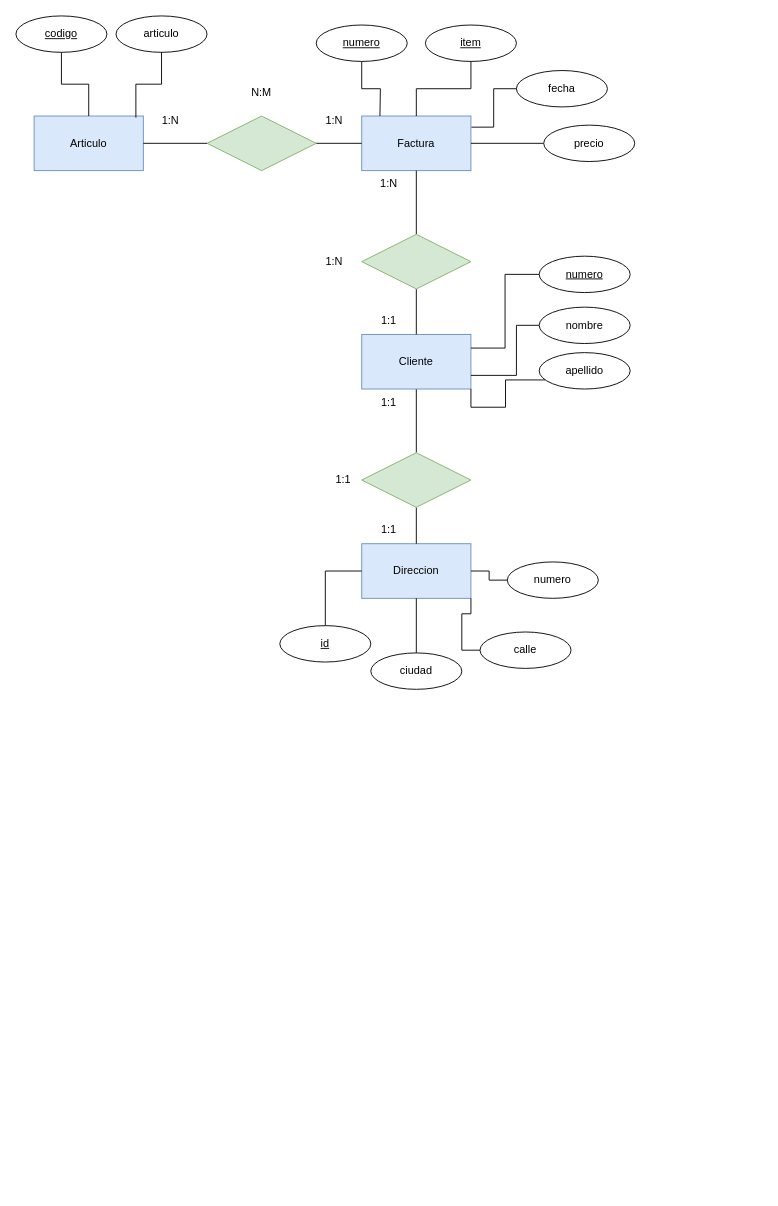
OxideVanadium/base_de_datos keeps this draw.io diagram as Unidad_4/Tareas/facturas/facturas.drawio. Above is the earlier version. Source tidied: cells renumbered, new cells numbered last; positions are measured from the earlier drawing's top-left corner, leaving out a move shared by most shapes. Both pictures are drawn from the tidied source at 91%, with x=0, y=0 at pixel (15, 15).
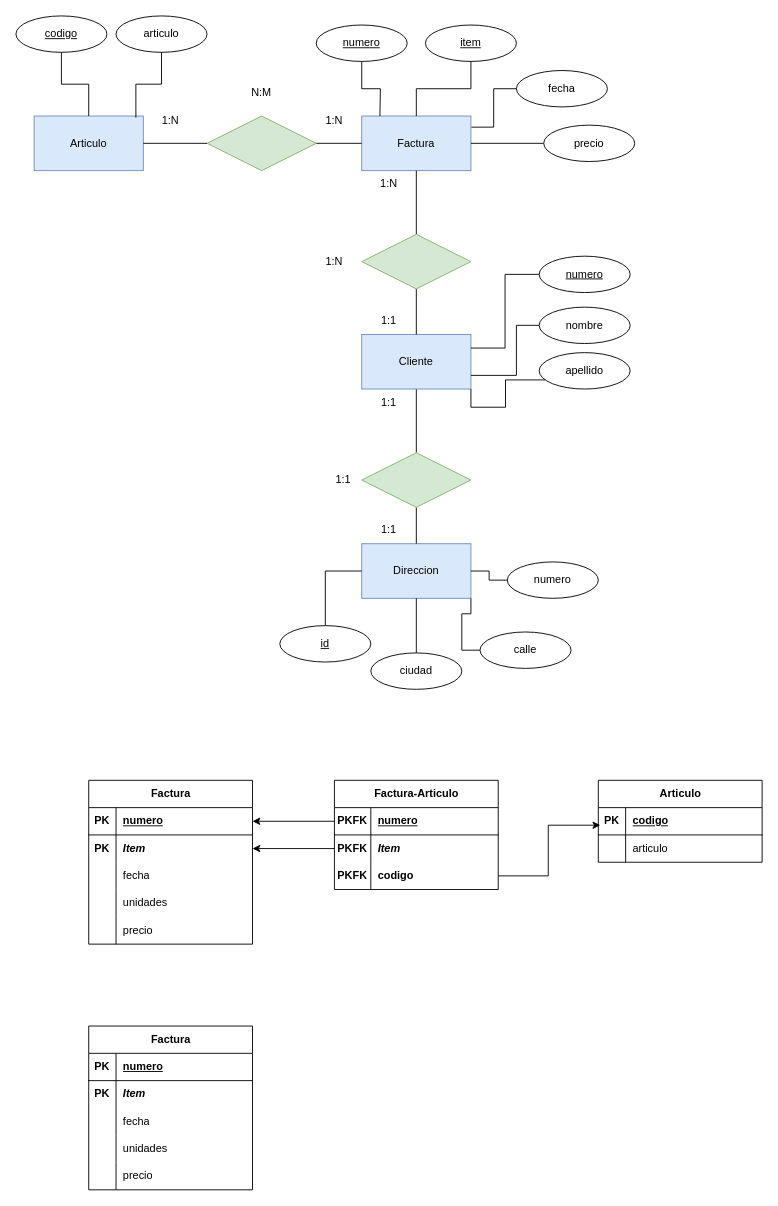
After the change.

Diff of the diagram source:
```diff
@@
+    <mxCell id="50" value="Factura" style="shape=table;startSize=30;childLayout=tableLayout;rowLines=0;fontStyle=1;align=center;html=1;" parent="1" vertex="1">
+      <mxGeometry x="80" y="840" width="180" height="180" as="geometry" />
+    </mxCell>
+    <mxCell id="51" style="shape=tableRow;horizontal=0;startSize=0;swimlaneHead=0;swimlaneBody=0;fillColor=none;points=[[0,0.5],[1,0.5]];portConstraint=eastwest;top=0;left=0;right=0;bottom=1;" parent="50" vertex="1">
+      <mxGeometry y="30" width="180" height="30" as="geometry" />
+    </mxCell>
+    <mxCell id="52" value="PK" style="shape=partialRectangle;fillColor=none;top=0;left=0;bottom=0;right=0;fontStyle=1;overflow=hidden;whiteSpace=wrap;html=1;" parent="51" vertex="1">
+      <mxGeometry width="30" height="30" as="geometry" />
+    </mxCell>
+    <mxCell id="53" value="numero" style="shape=partialRectangle;fillColor=none;top=0;left=0;bottom=0;right=0;align=left;spacingLeft=6;fontStyle=5;overflow=hidden;whiteSpace=wrap;html=1;" parent="51" vertex="1">
+      <mxGeometry x="30" width="150" height="30" as="geometry" />
+    </mxCell>
+    <mxCell id="54" style="shape=tableRow;horizontal=0;startSize=0;swimlaneHead=0;swimlaneBody=0;fillColor=none;points=[[0,0.5],[1,0.5]];portConstraint=eastwest;top=0;left=0;right=0;bottom=0;" parent="50" vertex="1">
+      <mxGeometry y="60" width="180" height="30" as="geometry" />
+    </mxCell>
+    <mxCell id="55" value="&lt;b&gt;PK&lt;/b&gt;" style="shape=partialRectangle;fillColor=none;top=0;left=0;bottom=0;right=0;overflow=hidden;whiteSpace=wrap;html=1;" parent="54" vertex="1">
+      <mxGeometry width="30" height="30" as="geometry" />
+    </mxCell>
+    <mxCell id="56" value="&lt;i&gt;&lt;b&gt;Item&lt;/b&gt;&lt;/i&gt;" style="shape=partialRectangle;fillColor=none;top=0;left=0;bottom=0;right=0;align=left;spacingLeft=6;overflow=hidden;whiteSpace=wrap;html=1;" parent="54" vertex="1">
+      <mxGeometry x="30" width="150" height="30" as="geometry" />
+    </mxCell>
+    <mxCell id="57" style="shape=tableRow;horizontal=0;startSize=0;swimlaneHead=0;swimlaneBody=0;fillColor=none;top=0;left=0;right=0;bottom=0;" parent="50" vertex="1">
+      <mxGeometry y="90" width="180" height="30" as="geometry" />
+    </mxCell>
+    <mxCell id="58" style="shape=partialRectangle;fillColor=none;top=0;left=0;bottom=0;right=0;overflow=hidden;whiteSpace=wrap;html=1;" parent="57" vertex="1">
+      <mxGeometry width="30" height="30" as="geometry" />
+    </mxCell>
+    <mxCell id="59" value="fecha" style="shape=partialRectangle;fillColor=none;top=0;left=0;bottom=0;right=0;align=left;spacingLeft=6;overflow=hidden;whiteSpace=wrap;html=1;" parent="57" vertex="1">
+      <mxGeometry x="30" width="150" height="30" as="geometry" />
+    </mxCell>
+    <mxCell id="60" style="shape=tableRow;horizontal=0;startSize=0;swimlaneHead=0;swimlaneBody=0;fillColor=none;top=0;left=0;right=0;bottom=0;" parent="50" vertex="1">
+      <mxGeometry y="120" width="180" height="30" as="geometry" />
+    </mxCell>
+    <mxCell id="61" style="shape=partialRectangle;fillColor=none;top=0;left=0;bottom=0;right=0;overflow=hidden;whiteSpace=wrap;html=1;" parent="60" vertex="1">
+      <mxGeometry width="30" height="30" as="geometry" />
+    </mxCell>
+    <mxCell id="62" value="&lt;div&gt;unidades&lt;/div&gt;" style="shape=partialRectangle;fillColor=none;top=0;left=0;bottom=0;right=0;align=left;spacingLeft=6;overflow=hidden;whiteSpace=wrap;html=1;" parent="60" vertex="1">
+      <mxGeometry x="30" width="150" height="30" as="geometry" />
+    </mxCell>
+    <mxCell id="63" style="shape=tableRow;horizontal=0;startSize=0;swimlaneHead=0;swimlaneBody=0;fillColor=none;top=0;left=0;right=0;bottom=0;" parent="50" vertex="1">
+      <mxGeometry y="150" width="180" height="30" as="geometry" />
+    </mxCell>
+    <mxCell id="64" style="shape=partialRectangle;fillColor=none;top=0;left=0;bottom=0;right=0;overflow=hidden;whiteSpace=wrap;html=1;" parent="63" vertex="1">
+      <mxGeometry width="30" height="30" as="geometry" />
+    </mxCell>
+    <mxCell id="65" value="precio" style="shape=partialRectangle;fillColor=none;top=0;left=0;bottom=0;right=0;align=left;spacingLeft=6;overflow=hidden;whiteSpace=wrap;html=1;" parent="63" vertex="1">
+      <mxGeometry x="30" width="150" height="30" as="geometry" />
+    </mxCell>
+    <mxCell id="66" value="Articulo" style="shape=table;startSize=30;childLayout=tableLayout;rowLines=0;fontStyle=1;align=center;html=1;" parent="1" vertex="1">
+      <mxGeometry x="640" y="840" width="180" height="90" as="geometry" />
+    </mxCell>
+    <mxCell id="67" style="shape=tableRow;horizontal=0;startSize=0;swimlaneHead=0;swimlaneBody=0;fillColor=none;points=[[0,0.5],[1,0.5]];portConstraint=eastwest;top=0;left=0;right=0;bottom=1;" parent="66" vertex="1">
+      <mxGeometry y="30" width="180" height="30" as="geometry" />
+    </mxCell>
+    <mxCell id="68" value="PK" style="shape=partialRectangle;fillColor=none;top=0;left=0;bottom=0;right=0;fontStyle=1;overflow=hidden;whiteSpace=wrap;html=1;" parent="67" vertex="1">
+      <mxGeometry width="30" height="30" as="geometry" />
+    </mxCell>
+    <mxCell id="69" value="codigo" style="shape=partialRectangle;fillColor=none;top=0;left=0;bottom=0;right=0;align=left;spacingLeft=6;fontStyle=5;overflow=hidden;whiteSpace=wrap;html=1;" parent="67" vertex="1">
+      <mxGeometry x="30" width="150" height="30" as="geometry" />
+    </mxCell>
+    <mxCell id="70" style="shape=tableRow;horizontal=0;startSize=0;swimlaneHead=0;swimlaneBody=0;fillColor=none;top=0;left=0;right=0;bottom=0;" parent="66" vertex="1">
+      <mxGeometry y="60" width="180" height="30" as="geometry" />
+    </mxCell>
+    <mxCell id="71" style="shape=partialRectangle;fillColor=none;top=0;left=0;bottom=0;right=0;overflow=hidden;whiteSpace=wrap;html=1;" parent="70" vertex="1">
+      <mxGeometry width="30" height="30" as="geometry" />
+    </mxCell>
+    <mxCell id="72" value="articulo" style="shape=partialRectangle;fillColor=none;top=0;left=0;bottom=0;right=0;align=left;spacingLeft=6;overflow=hidden;whiteSpace=wrap;html=1;" parent="70" vertex="1">
+      <mxGeometry x="30" width="150" height="30" as="geometry" />
+    </mxCell>
+    <mxCell id="73" value="Factura-Articulo" style="shape=table;startSize=30;childLayout=tableLayout;rowLines=0;fontStyle=1;align=center;html=1;" parent="1" vertex="1">
+      <mxGeometry x="350" y="840" width="180" height="120" as="geometry" />
+    </mxCell>
+    <mxCell id="74" style="shape=tableRow;horizontal=0;startSize=0;swimlaneHead=0;swimlaneBody=0;fillColor=none;points=[[0,0.5],[1,0.5]];portConstraint=eastwest;top=0;left=0;right=0;bottom=1;" parent="73" vertex="1">
+      <mxGeometry y="30" width="180" height="30" as="geometry" />
+    </mxCell>
+    <mxCell id="75" value="PKFK" style="shape=partialRectangle;fillColor=none;top=0;left=0;bottom=0;right=0;fontStyle=1;overflow=hidden;whiteSpace=wrap;html=1;" parent="74" vertex="1">
+      <mxGeometry width="40" height="30" as="geometry" />
+    </mxCell>
+    <mxCell id="76" value="numero" style="shape=partialRectangle;fillColor=none;top=0;left=0;bottom=0;right=0;align=left;spacingLeft=6;fontStyle=5;overflow=hidden;whiteSpace=wrap;html=1;" parent="74" vertex="1">
+      <mxGeometry x="40" width="140" height="30" as="geometry" />
+    </mxCell>
+    <mxCell id="77" style="shape=tableRow;horizontal=0;startSize=0;swimlaneHead=0;swimlaneBody=0;fillColor=none;points=[[0,0.5],[1,0.5]];portConstraint=eastwest;top=0;left=0;right=0;bottom=0;" parent="73" vertex="1">
+      <mxGeometry y="60" width="180" height="30" as="geometry" />
+    </mxCell>
+    <mxCell id="78" value="&lt;b&gt;PKFK&lt;/b&gt;" style="shape=partialRectangle;fillColor=none;top=0;left=0;bottom=0;right=0;overflow=hidden;whiteSpace=wrap;html=1;" parent="77" vertex="1">
+      <mxGeometry width="40" height="30" as="geometry" />
+    </mxCell>
+    <mxCell id="79" value="&lt;i&gt;&lt;b&gt;Item&lt;/b&gt;&lt;/i&gt;" style="shape=partialRectangle;fillColor=none;top=0;left=0;bottom=0;right=0;align=left;spacingLeft=6;overflow=hidden;whiteSpace=wrap;html=1;" parent="77" vertex="1">
+      <mxGeometry x="40" width="140" height="30" as="geometry" />
+    </mxCell>
+    <mxCell id="80" style="shape=tableRow;horizontal=0;startSize=0;swimlaneHead=0;swimlaneBody=0;fillColor=none;points=[[0,0.5],[1,0.5]];portConstraint=eastwest;top=0;left=0;right=0;bottom=0;" parent="73" vertex="1">
+      <mxGeometry y="90" width="180" height="30" as="geometry" />
+    </mxCell>
+    <mxCell id="81" value="&lt;b&gt;PKFK&lt;/b&gt;" style="shape=partialRectangle;fillColor=none;top=0;left=0;bottom=0;right=0;overflow=hidden;whiteSpace=wrap;html=1;" parent="80" vertex="1">
+      <mxGeometry width="40" height="30" as="geometry" />
+    </mxCell>
+    <mxCell id="82" value="&lt;b&gt;codigo&lt;/b&gt;" style="shape=partialRectangle;fillColor=none;top=0;left=0;bottom=0;right=0;align=left;spacingLeft=6;overflow=hidden;whiteSpace=wrap;html=1;" parent="80" vertex="1">
+      <mxGeometry x="40" width="140" height="30" as="geometry" />
+    </mxCell>
+    <mxCell id="83" style="edgeStyle=orthogonalEdgeStyle;rounded=0;jettySize=auto;html=1;" parent="1" edge="1" source="74" target="51">
+      <mxGeometry relative="1" as="geometry" />
+    </mxCell>
+    <mxCell id="84" style="edgeStyle=orthogonalEdgeStyle;rounded=0;jettySize=auto;html=1;" parent="1" edge="1" source="77" target="54">
+      <mxGeometry relative="1" as="geometry" />
+    </mxCell>
+    <mxCell id="85" style="edgeStyle=orthogonalEdgeStyle;rounded=0;jettySize=auto;html=1;entryX=0.012;entryY=0.644;entryDx=0;entryDy=0;entryPerimeter=0;" parent="1" edge="1" source="80" target="67">
+      <mxGeometry relative="1" as="geometry" />
+    </mxCell>
+    <mxCell id="86" value="Factura" style="shape=table;startSize=30;childLayout=tableLayout;rowLines=0;fontStyle=1;align=center;html=1;" parent="1" vertex="1">
+      <mxGeometry x="80" y="1110" width="180" height="180" as="geometry" />
+    </mxCell>
+    <mxCell id="87" style="shape=tableRow;horizontal=0;startSize=0;swimlaneHead=0;swimlaneBody=0;fillColor=none;top=0;left=0;right=0;bottom=1;" parent="86" vertex="1">
+      <mxGeometry y="30" width="180" height="30" as="geometry" />
+    </mxCell>
+    <mxCell id="88" value="PK" style="shape=partialRectangle;fillColor=none;top=0;left=0;bottom=0;right=0;fontStyle=1;overflow=hidden;whiteSpace=wrap;html=1;" parent="87" vertex="1">
+      <mxGeometry width="30" height="30" as="geometry" />
+    </mxCell>
+    <mxCell id="89" value="numero" style="shape=partialRectangle;fillColor=none;top=0;left=0;bottom=0;right=0;align=left;spacingLeft=6;fontStyle=5;overflow=hidden;whiteSpace=wrap;html=1;" parent="87" vertex="1">
+      <mxGeometry x="30" width="150" height="30" as="geometry" />
+    </mxCell>
+    <mxCell id="90" style="shape=tableRow;horizontal=0;startSize=0;swimlaneHead=0;swimlaneBody=0;fillColor=none;top=0;left=0;right=0;bottom=0;" parent="86" vertex="1">
+      <mxGeometry y="60" width="180" height="30" as="geometry" />
+    </mxCell>
+    <mxCell id="91" value="&lt;b&gt;PK&lt;/b&gt;" style="shape=partialRectangle;fillColor=none;top=0;left=0;bottom=0;right=0;overflow=hidden;whiteSpace=wrap;html=1;" parent="90" vertex="1">
+      <mxGeometry width="30" height="30" as="geometry" />
+    </mxCell>
+    <mxCell id="92" value="&lt;i&gt;&lt;b&gt;Item&lt;/b&gt;&lt;/i&gt;" style="shape=partialRectangle;fillColor=none;top=0;left=0;bottom=0;right=0;align=left;spacingLeft=6;overflow=hidden;whiteSpace=wrap;html=1;" parent="90" vertex="1">
+      <mxGeometry x="30" width="150" height="30" as="geometry" />
+    </mxCell>
+    <mxCell id="93" style="shape=tableRow;horizontal=0;startSize=0;swimlaneHead=0;swimlaneBody=0;fillColor=none;top=0;left=0;right=0;bottom=0;" parent="86" vertex="1">
+      <mxGeometry y="90" width="180" height="30" as="geometry" />
+    </mxCell>
+    <mxCell id="94" style="shape=partialRectangle;fillColor=none;top=0;left=0;bottom=0;right=0;overflow=hidden;whiteSpace=wrap;html=1;" parent="93" vertex="1">
+      <mxGeometry width="30" height="30" as="geometry" />
+    </mxCell>
+    <mxCell id="95" value="fecha" style="shape=partialRectangle;fillColor=none;top=0;left=0;bottom=0;right=0;align=left;spacingLeft=6;overflow=hidden;whiteSpace=wrap;html=1;" parent="93" vertex="1">
+      <mxGeometry x="30" width="150" height="30" as="geometry" />
+    </mxCell>
+    <mxCell id="96" style="shape=tableRow;horizontal=0;startSize=0;swimlaneHead=0;swimlaneBody=0;fillColor=none;top=0;left=0;right=0;bottom=0;" parent="86" vertex="1">
+      <mxGeometry y="120" width="180" height="30" as="geometry" />
+    </mxCell>
+    <mxCell id="97" style="shape=partialRectangle;fillColor=none;top=0;left=0;bottom=0;right=0;overflow=hidden;whiteSpace=wrap;html=1;" parent="96" vertex="1">
+      <mxGeometry width="30" height="30" as="geometry" />
+    </mxCell>
+    <mxCell id="98" value="&lt;div&gt;unidades&lt;/div&gt;" style="shape=partialRectangle;fillColor=none;top=0;left=0;bottom=0;right=0;align=left;spacingLeft=6;overflow=hidden;whiteSpace=wrap;html=1;" parent="96" vertex="1">
+      <mxGeometry x="30" width="150" height="30" as="geometry" />
+    </mxCell>
+    <mxCell id="99" style="shape=tableRow;horizontal=0;startSize=0;swimlaneHead=0;swimlaneBody=0;fillColor=none;top=0;left=0;right=0;bottom=0;" parent="86" vertex="1">
+      <mxGeometry y="150" width="180" height="30" as="geometry" />
+    </mxCell>
+    <mxCell id="100" style="shape=partialRectangle;fillColor=none;top=0;left=0;bottom=0;right=0;overflow=hidden;whiteSpace=wrap;html=1;" parent="99" vertex="1">
+      <mxGeometry width="30" height="30" as="geometry" />
+    </mxCell>
+    <mxCell id="101" value="precio" style="shape=partialRectangle;fillColor=none;top=0;left=0;bottom=0;right=0;align=left;spacingLeft=6;overflow=hidden;whiteSpace=wrap;html=1;" parent="99" vertex="1">
+      <mxGeometry x="30" width="150" height="30" as="geometry" />
+    </mxCell>
```
